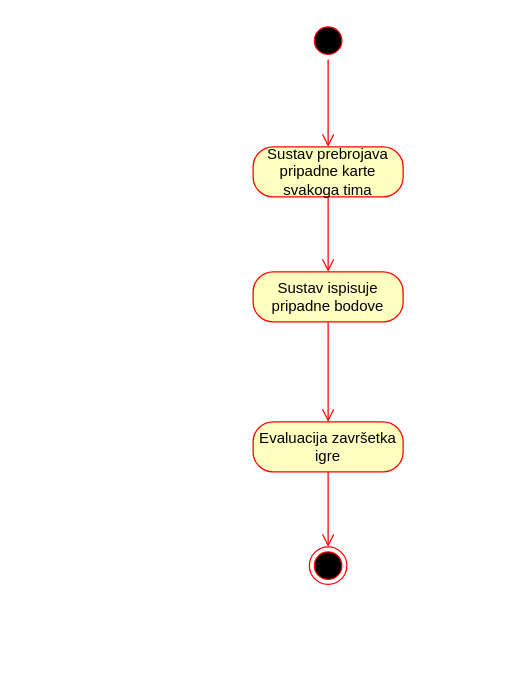
Earlier version of the draw.io diagram page "Activity: Bodovanje" (8 of 11) of Dijagram.drawio (TheRealJoci/Tressette-Terminal-Card-Game). Source tidied: cells renumbered, new cells numbered last; positions are measured from the earlier drawing's top-left corner, leaving out a move shared by most shapes. Both pictures are drawn from the tidied source at 125%, with x=0, y=0 at pixel (252, 21).
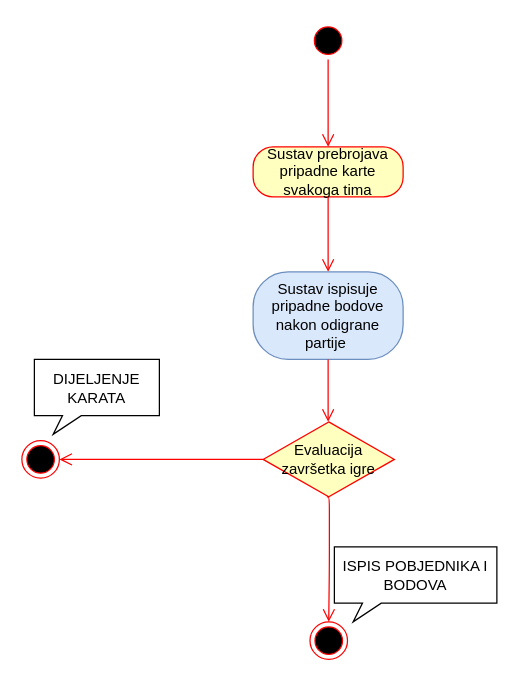
Above is the later version.

The edit, as a diff of the source:
```diff
@@
 <mxGraphModel>
   <root>
     <mxCell id="0" />
     <mxCell id="1" parent="0" />
     <mxCell id="2" style="ellipse;html=1;shape=startState;fillColor=#000000;strokeColor=#ff0000;" parent="1" vertex="1">
       <mxGeometry x="45" width="30" height="30" as="geometry" />
     </mxCell>
     <mxCell id="3" style="edgeStyle=orthogonalEdgeStyle;html=1;verticalAlign=bottom;endArrow=open;endSize=8;strokeColor=#ff0000;" parent="1" edge="1" source="2">
       <mxGeometry relative="1" as="geometry">
         <mxPoint x="60" y="100" as="targetPoint" />
       </mxGeometry>
     </mxCell>
     <mxCell id="4" value="Sustav prebrojava pripadne karte svakoga tima" style="rounded=1;whiteSpace=wrap;html=1;arcSize=40;fontColor=#000000;fillColor=#ffffc0;strokeColor=#ff0000;" parent="1" vertex="1">
       <mxGeometry y="100" width="120" height="40" as="geometry" />
     </mxCell>
     <mxCell id="5" style="edgeStyle=orthogonalEdgeStyle;html=1;verticalAlign=bottom;endArrow=open;endSize=8;strokeColor=#ff0000;" parent="1" edge="1" source="4">
       <mxGeometry relative="1" as="geometry">
         <mxPoint x="60" y="200" as="targetPoint" />
       </mxGeometry>
     </mxCell>
-    <mxCell id="6" value="Sustav ispisuje pripadne bodove" style="rounded=1;whiteSpace=wrap;html=1;arcSize=40;fontColor=#000000;fillColor=#ffffc0;strokeColor=#ff0000;" parent="1" vertex="1">
-      <mxGeometry y="200" width="120" height="40" as="geometry" />
+    <mxCell id="6" value="Sustav ispisuje pripadne bodove nakon odigrane partije&amp;nbsp;" style="rounded=1;whiteSpace=wrap;html=1;arcSize=40;fillColor=#dae8fc;strokeColor=#6c8ebf;" parent="1" vertex="1">
+      <mxGeometry y="200" width="120" height="70" as="geometry" />
     </mxCell>
     <mxCell id="7" style="edgeStyle=orthogonalEdgeStyle;html=1;verticalAlign=bottom;endArrow=open;endSize=8;strokeColor=#ff0000;" parent="1" edge="1" source="6">
       <mxGeometry relative="1" as="geometry">
         <mxPoint x="60" y="320" as="targetPoint" />
       </mxGeometry>
     </mxCell>
     <mxCell id="8" style="ellipse;html=1;shape=endState;fillColor=#000000;strokeColor=#ff0000;" parent="1" vertex="1">
-      <mxGeometry x="45" y="420" width="30" height="30" as="geometry" />
+      <mxGeometry x="45.5" y="480" width="30" height="30" as="geometry" />
     </mxCell>
-    <mxCell id="9" value="Evaluacija završetka igre" style="rounded=1;whiteSpace=wrap;html=1;arcSize=40;fontColor=#000000;fillColor=#ffffc0;strokeColor=#ff0000;" parent="1" vertex="1">
-      <mxGeometry y="320" width="120" height="40" as="geometry" />
+    <mxCell id="9" value="Evaluacija završetka igre" style="rhombus;whiteSpace=wrap;html=1;fillColor=#ffffc0;strokeColor=#ff0000;" parent="1" vertex="1">
+      <mxGeometry x="8" y="320" width="105" height="60" as="geometry" />
     </mxCell>
-    <mxCell id="10" style="edgeStyle=orthogonalEdgeStyle;html=1;verticalAlign=bottom;endArrow=open;endSize=8;strokeColor=#ff0000;" parent="1" edge="1" source="9">
-      <mxGeometry relative="1" as="geometry">
-        <mxPoint x="60" y="420" as="targetPoint" />
-      </mxGeometry>
-    </mxCell>
+    <mxCell id="11" style="ellipse;html=1;shape=endState;fillColor=#000000;strokeColor=#ff0000;" parent="1" vertex="1">
+      <mxGeometry x="-185" y="335" width="30" height="30" as="geometry" />
+    </mxCell>
+    <mxCell id="12" style="edgeStyle=orthogonalEdgeStyle;html=1;verticalAlign=bottom;endArrow=open;endSize=8;strokeColor=#ff0000;entryX=0.5;entryY=0;entryDx=0;entryDy=0;" parent="1" edge="1" target="8">
+      <mxGeometry relative="1" as="geometry">
+        <mxPoint x="59" y="380" as="sourcePoint" />
+        <Array as="points">
+          <mxPoint x="61" y="380" />
+          <mxPoint x="61" y="435" />
+        </Array>
+      </mxGeometry>
+    </mxCell>
+    <mxCell id="13" style="edgeStyle=orthogonalEdgeStyle;html=1;verticalAlign=bottom;endArrow=open;endSize=8;strokeColor=#ff0000;entryX=1;entryY=0.5;entryDx=0;entryDy=0;exitX=0;exitY=0.5;exitDx=0;exitDy=0;" parent="1" edge="1" source="9" target="11">
+      <mxGeometry relative="1" as="geometry" />
+    </mxCell>
+    <mxCell id="14" value="DIJELJENJE KARATA" style="whiteSpace=wrap;html=1;shape=mxgraph.basic.rectCallout;dx=30;dy=15;boundedLbl=1;rotation=0;" parent="1" vertex="1">
+      <mxGeometry x="-175" y="270" width="100" height="60" as="geometry" />
+    </mxCell>
+    <mxCell id="15" value="ISPIS POBJEDNIKA I BODOVA" style="whiteSpace=wrap;html=1;shape=mxgraph.basic.rectCallout;dx=30;dy=15;boundedLbl=1;rotation=0;" parent="1" vertex="1">
+      <mxGeometry x="65" y="420" width="130" height="60" as="geometry" />
+    </mxCell>
   </root>
 </mxGraphModel>
```
